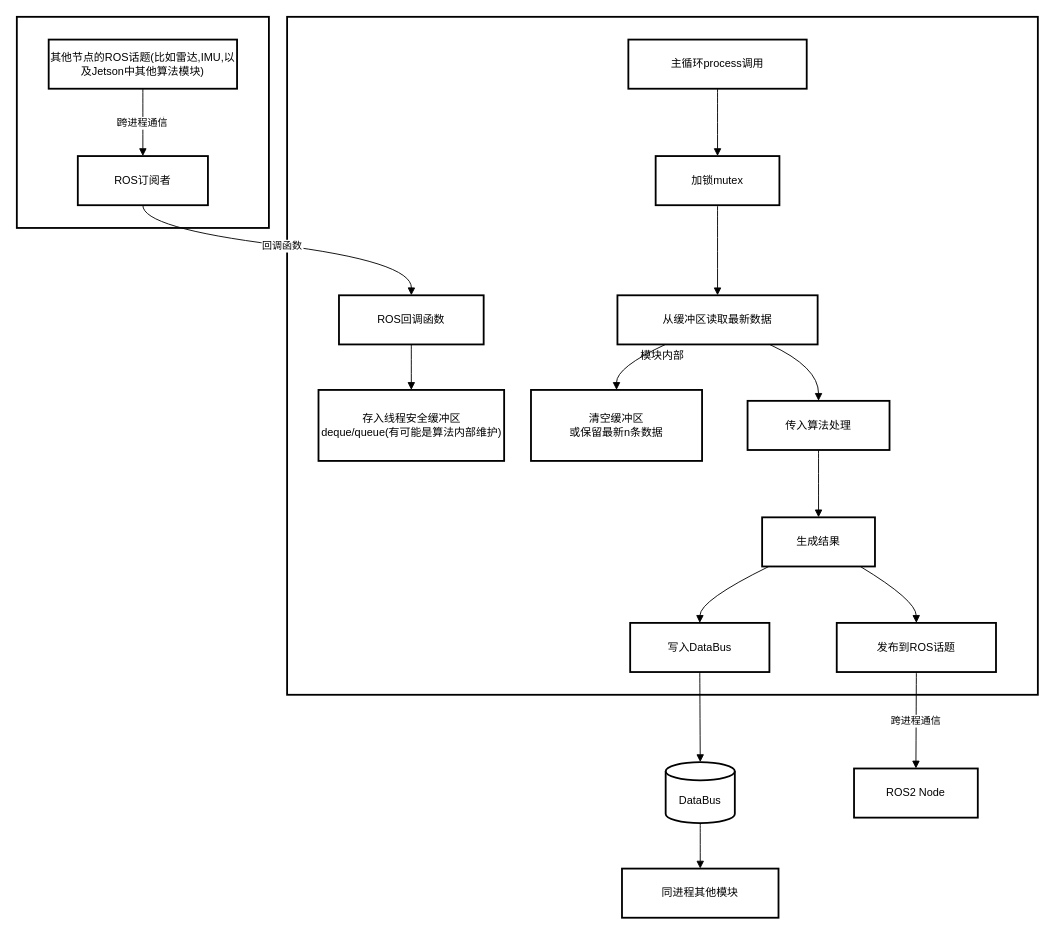
Earlier version of the draw.io diagram page "模块缓冲区管理" (11 of 15) of VLN.drawio (fuxiaochenxi/hello-world). Source tidied: cells renumbered, new cells numbered last; positions are measured from the earlier drawing's top-left corner, leaving out a move shared by most shapes. Both pictures are drawn from the tidied source at 91%, with x=0, y=0 at pixel (16, 16).
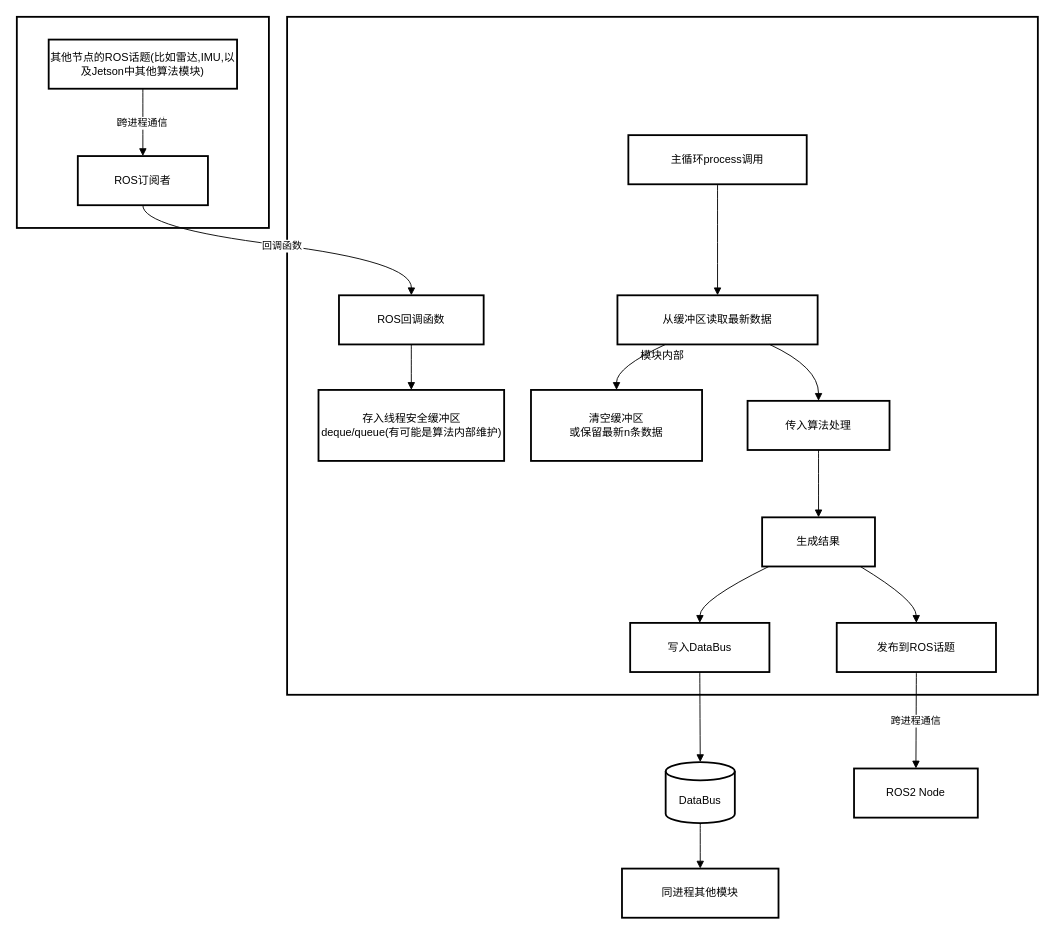
The same diagram, later.

The change refers to these unchanged cells:
```xml
<mxCell id="10" value="从缓冲区读取最新数据" style="whiteSpace=wrap;strokeWidth=2;" parent="1" vertex="1">
  <mxGeometry x="660" y="306" width="220" height="54" as="geometry" />
</mxCell>
```

Diff of the diagram source:
```diff
@@
     <mxCell id="8" value="主循环process调用" style="whiteSpace=wrap;strokeWidth=2;" parent="1" vertex="1">
-      <mxGeometry x="672" y="25" width="196" height="54" as="geometry" />
+      <mxGeometry x="672" y="130" width="196" height="54" as="geometry" />
     </mxCell>
-    <mxCell id="9" value="加锁mutex" style="whiteSpace=wrap;strokeWidth=2;" parent="1" vertex="1">
-      <mxGeometry x="702" y="153" width="136" height="54" as="geometry" />
-    </mxCell>
@@
-    <mxCell id="22" style="curved=1;startArrow=none;endArrow=block;exitX=0.5;exitY=1;entryX=0.5;entryY=0;rounded=0;" parent="1" edge="1" source="8" target="9">
-      <mxGeometry relative="1" as="geometry" />
-    </mxCell>
-    <mxCell id="23" style="curved=1;startArrow=none;endArrow=block;exitX=0.5;exitY=1;entryX=0.5;entryY=0;rounded=0;" parent="1" edge="1" source="9" target="10">
+    <mxCell id="23" style="curved=1;startArrow=none;endArrow=block;entryX=0.5;entryY=0;rounded=0;" parent="1" edge="1" source="8" target="10">
       <mxGeometry relative="1" as="geometry" />
     </mxCell>
```
